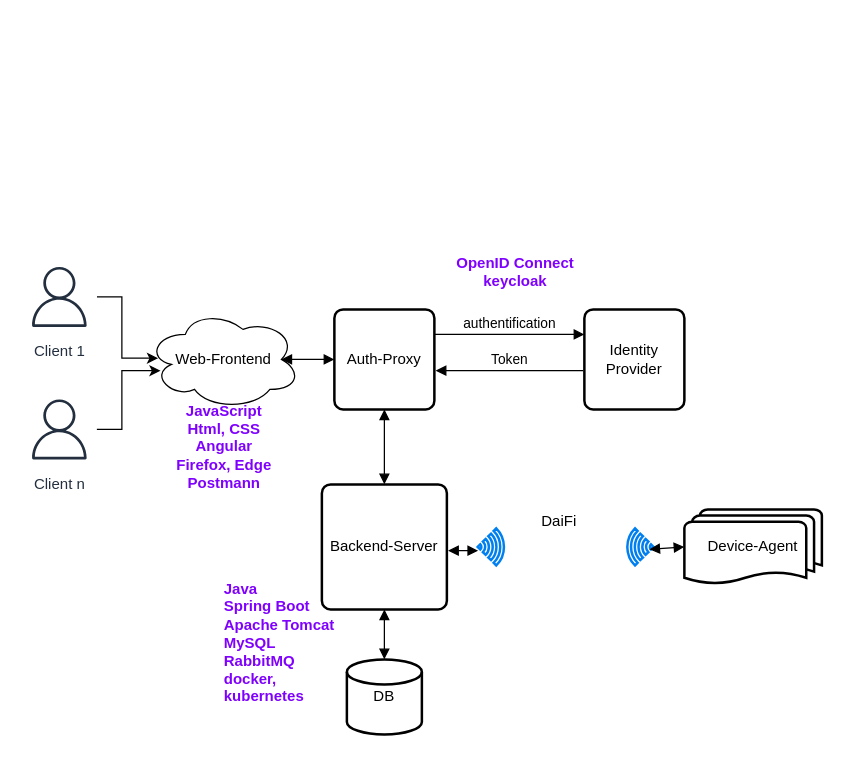
The draw.io diagram Aufgabe_1+2.drawio in JoePalmeras66/BackendServerAdvanced, before the edit. Source tidied: cells renumbered, new cells numbered last; positions are measured from the earlier drawing's top-left corner, leaving out a move shared by most shapes. Both pictures are drawn from the tidied source at 125%, with x=0, y=0 at pixel (21, 259).
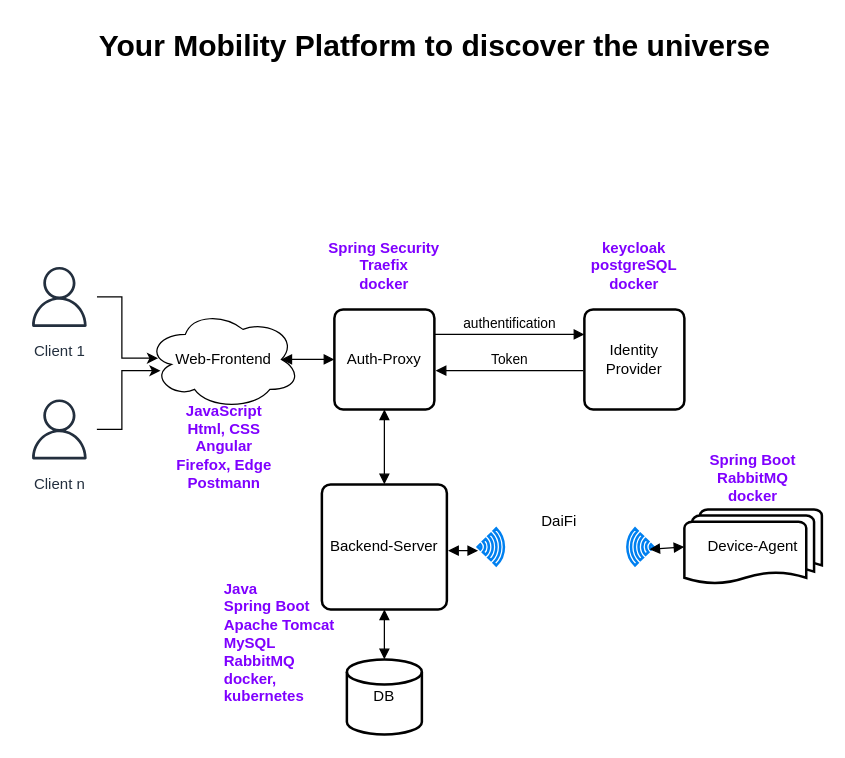
The same page after the edit.

Commit message:
Mission Statement

What changed in the source:
```diff
@@
-    <mxCell id="22" value="&lt;font color=&quot;#7f00ff&quot;&gt;&lt;b&gt;OpenID Connect&lt;br&gt;keycloak&lt;/b&gt;&lt;/font&gt;" style="text;html=1;strokeColor=none;fillColor=none;align=center;verticalAlign=middle;whiteSpace=wrap;rounded=0;" parent="1" vertex="1">
-      <mxGeometry x="340" width="110" height="20" as="geometry" />
+    <mxCell id="22" value="&lt;font color=&quot;#7f00ff&quot;&gt;&lt;b&gt;keycloak&lt;br&gt;postgreSQL&lt;br&gt;docker&lt;br&gt;&lt;/b&gt;&lt;/font&gt;" style="text;html=1;strokeColor=none;fillColor=none;align=center;verticalAlign=middle;whiteSpace=wrap;rounded=0;" parent="1" vertex="1">
+      <mxGeometry x="435" y="-10" width="110" height="30" as="geometry" />
     </mxCell>
     <mxCell id="23" value="&lt;font color=&quot;#7f00ff&quot;&gt;&lt;b&gt;Java&lt;br&gt;Spring Boot&lt;br&gt;Apache Tomcat&amp;nbsp;&lt;br&gt;MySQL&lt;br&gt;RabbitMQ&lt;br&gt;docker, kubernetes&lt;br&gt;&lt;br&gt;&lt;/b&gt;&lt;/font&gt;" style="text;html=1;strokeColor=none;fillColor=none;align=left;verticalAlign=top;whiteSpace=wrap;rounded=0;" parent="1" vertex="1">
-      <mxGeometry x="160" y="250" width="100" height="80" as="geometry" />
+      <mxGeometry x="160" y="250" width="100" height="110" as="geometry" />
     </mxCell>
@@
+    <mxCell id="25" value="&lt;font color=&quot;#7f00ff&quot;&gt;&lt;b&gt;Spring Security&lt;br&gt;Traefix&lt;br&gt;docker&lt;br&gt;&lt;/b&gt;&lt;/font&gt;" style="text;html=1;strokeColor=none;fillColor=none;align=center;verticalAlign=middle;whiteSpace=wrap;rounded=0;" parent="1" vertex="1">
+      <mxGeometry x="220" y="-10" width="140" height="30" as="geometry" />
+    </mxCell>
+    <mxCell id="26" value="&lt;font color=&quot;#7f00ff&quot;&gt;&lt;b&gt;Spring Boot&lt;br&gt;RabbitMQ&lt;br&gt;docker&lt;br&gt;&lt;/b&gt;&lt;/font&gt;" style="text;html=1;strokeColor=none;fillColor=none;align=center;verticalAlign=middle;whiteSpace=wrap;rounded=0;" parent="1" vertex="1">
+      <mxGeometry x="530" y="160" width="110" height="30" as="geometry" />
+    </mxCell>
+    <mxCell id="27" value="Your Mobility Platform to discover the universe" style="text;strokeColor=none;fillColor=none;html=1;fontSize=24;fontStyle=1;verticalAlign=middle;align=center;" parent="1" vertex="1">
+      <mxGeometry x="280" y="-190" width="100" height="40" as="geometry" />
+    </mxCell>
```
